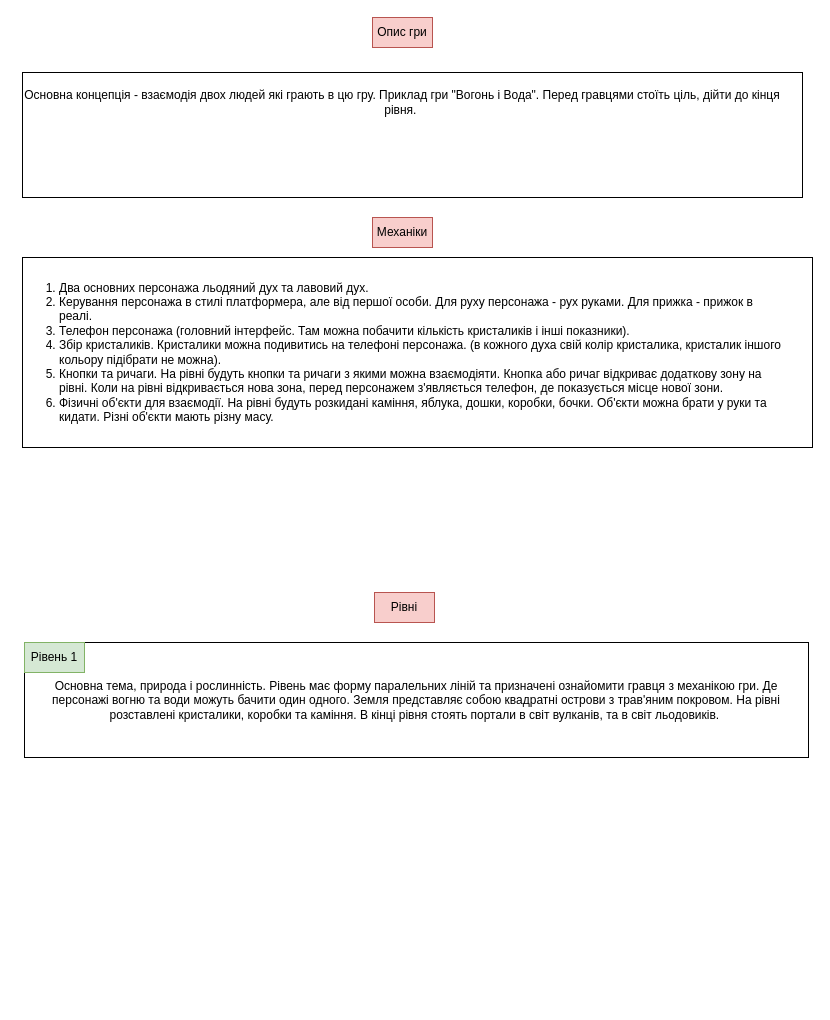
Earlier version of the draw.io diagram page "Lore" (2 of 2) of Assets/Design Document/Design Document.drawio (NSmocker/Lava-and-Ice). Source tidied: cells renumbered, new cells numbered last; positions are measured from the earlier drawing's top-left corner, leaving out a move shared by most shapes. Both pictures are drawn from the tidied source at 100%, with x=0, y=0 at pixel (17, 17).
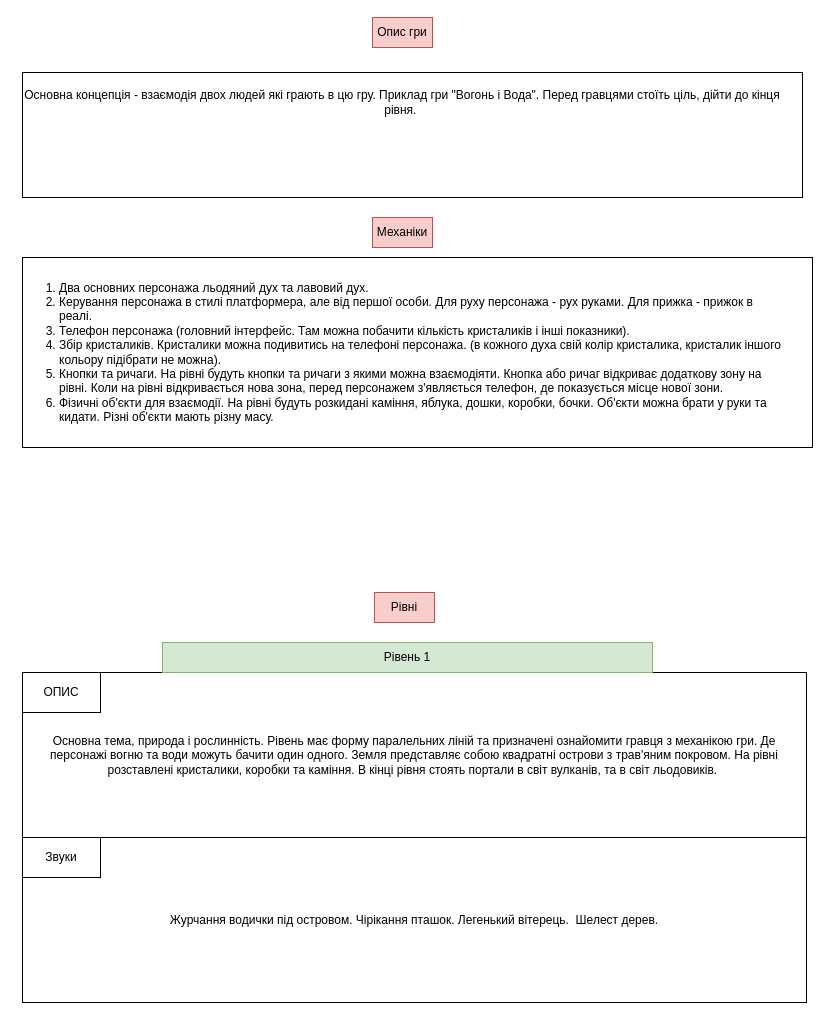
After the change.

What changed in the source:
```diff
@@
 <mxGraphModel>
   <root>
     <mxCell id="0" />
     <mxCell id="1" parent="0" />
     <mxCell id="2" value="Опис гри&lt;br&gt;" style="text;html=1;strokeColor=#b85450;fillColor=#f8cecc;align=center;verticalAlign=middle;whiteSpace=wrap;rounded=0;" parent="1" vertex="1">
       <mxGeometry x="355" width="60" height="30" as="geometry" />
     </mxCell>
     <mxCell id="3" value="Основна концепція - взаємодія двох людей які грають в цю гру. Приклад гри &quot;Вогонь і Вода&quot;. Перед гравцями стоїть ціль, дійти до кінця рівня.&amp;nbsp;" style="text;html=1;strokeColor=none;fillColor=none;align=center;verticalAlign=middle;whiteSpace=wrap;rounded=0;" parent="1" vertex="1">
       <mxGeometry y="40" width="770" height="90" as="geometry" />
     </mxCell>
     <mxCell id="4" style="rounded=0;whiteSpace=wrap;html=1;fillColor=none;" parent="1" vertex="1">
       <mxGeometry x="5" y="55" width="780" height="125" as="geometry" />
     </mxCell>
     <mxCell id="5" value="Механіки" style="text;html=1;strokeColor=#b85450;fillColor=#f8cecc;align=center;verticalAlign=middle;whiteSpace=wrap;rounded=0;" parent="1" vertex="1">
       <mxGeometry x="355" y="200" width="60" height="30" as="geometry" />
     </mxCell>
     <mxCell id="6" value="&lt;ol&gt;&lt;li&gt;Два основних персонажа льодяний дух та лавовий дух.&amp;nbsp;&lt;/li&gt;&lt;li&gt;Керування персонажа в стилі платформера, але від першої особи. Для руху персонажа - рух руками. Для прижка - прижок в реалі.&lt;/li&gt;&lt;li&gt;Телефон персонажа (головний інтерфейс. Там можна побачити кількість кристаликів і інші показники).&lt;/li&gt;&lt;li&gt;Збір кристаликів. Кристалики можна подивитись на телефоні персонажа. (в кожного духа свій колір кристалика, кристалик іншого кольору підібрати не можна).&lt;/li&gt;&lt;li&gt;Кнопки та ричаги. На рівні будуть кнопки та ричаги з якими можна взаємодіяти. Кнопка або ричаг відкриває додаткову зону на рівні. Коли на рівні відкривається нова зона, перед персонажем з'являється телефон, де показується місце нової зони.&lt;/li&gt;&lt;li&gt;Фізичні об'єкти для взаємодії. На рівні будуть розкидані каміння, яблука, дошки, коробки, бочки. Об'єкти можна брати у руки та кидати. Різні об'єкти мають різну масу.&lt;/li&gt;&lt;/ol&gt;" style="text;html=1;strokeColor=none;fillColor=none;align=left;verticalAlign=middle;whiteSpace=wrap;rounded=0;" parent="1" vertex="1">
       <mxGeometry y="250" width="770" height="170" as="geometry" />
     </mxCell>
     <mxCell id="7" style="rounded=0;whiteSpace=wrap;html=1;fillColor=none;" parent="1" vertex="1">
       <mxGeometry x="5" y="240" width="790" height="190" as="geometry" />
     </mxCell>
     <mxCell id="8" value="Рівні" style="text;html=1;strokeColor=#b85450;fillColor=#f8cecc;align=center;verticalAlign=middle;whiteSpace=wrap;rounded=0;" parent="1" vertex="1">
       <mxGeometry x="357" y="575" width="60" height="30" as="geometry" />
     </mxCell>
     <mxCell id="9" value="Основна тема, природа і рослинність. Рівень має форму паралельних ліній та призначені ознайомити гравця з механікою гри. Де персонажі вогню та води можуть бачити один одного. Земля представляє собою квадратні острови з трав'яним покровом. На рівні розставлені кристалики, коробки та каміння. В кінці рівня стоять портали в світ вулканів, та в світ льодовиків.&amp;nbsp;" style="rounded=0;whiteSpace=wrap;html=1;fillColor=none;" parent="1" vertex="1">
-      <mxGeometry x="7" y="625" width="784" height="115" as="geometry" />
+      <mxGeometry x="5" y="655" width="784" height="165" as="geometry" />
     </mxCell>
     <mxCell id="10" value="Рівень 1" style="text;html=1;strokeColor=#82b366;fillColor=#d5e8d4;align=center;verticalAlign=middle;whiteSpace=wrap;rounded=0;" parent="1" vertex="1">
-      <mxGeometry x="7" y="625" width="60" height="30" as="geometry" />
+      <mxGeometry x="145" y="625" width="490" height="30" as="geometry" />
     </mxCell>
+    <mxCell id="11" value="ОПИС" style="rounded=0;whiteSpace=wrap;html=1;fillColor=none;" parent="1" vertex="1">
+      <mxGeometry x="5" y="655" width="78" height="40" as="geometry" />
+    </mxCell>
+    <mxCell id="12" value="Журчання водички під островом. Чірікання пташок. Легенький вітерець.&amp;nbsp; Шелест дерев." style="rounded=0;whiteSpace=wrap;html=1;fillColor=none;" parent="1" vertex="1">
+      <mxGeometry x="5" y="820" width="784" height="165" as="geometry" />
+    </mxCell>
+    <mxCell id="13" value="Звуки" style="rounded=0;whiteSpace=wrap;html=1;fillColor=none;" parent="1" vertex="1">
+      <mxGeometry x="5" y="820" width="78" height="40" as="geometry" />
+    </mxCell>
   </root>
 </mxGraphModel>
```
